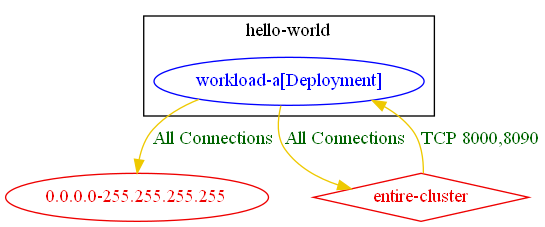
Earlier version of the Graphviz export test_outputs/connlist/exposure_test_ingress_from_entire_cluster_with_named_ports_connlist_output.dot.png (np-guard/netpol-analyzer). Its source is kept beside it as test_outputs/connlist/exposure_test_ingress_from_entire_cluster_with_named_ports_connlist_output.dot. The source it was exported from:
```dot
digraph {
	subgraph "cluster_hello_world" {
		color="black"
		fontcolor="black"
		"hello-world/workload-a[Deployment]" [label="workload-a[Deployment]" color="blue" fontcolor="blue"]
		label="hello-world"
	}
	"0.0.0.0-255.255.255.255" [label="0.0.0.0-255.255.255.255" color="red2" fontcolor="red2"]
	"entire-cluster" [label="entire-cluster" color="red2" fontcolor="red2" shape=diamond]
	"entire-cluster" -> "hello-world/workload-a[Deployment]" [label="TCP 8000,8090" color="gold2" fontcolor="darkgreen"]
	"hello-world/workload-a[Deployment]" -> "0.0.0.0-255.255.255.255" [label="All Connections" color="gold2" fontcolor="darkgreen"]
	"hello-world/workload-a[Deployment]" -> "entire-cluster" [label="All Connections" color="gold2" fontcolor="darkgreen"]
}
```
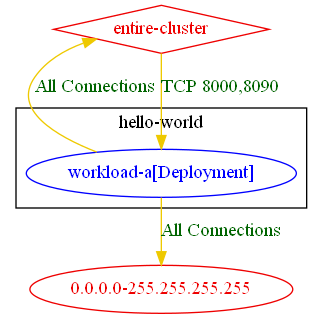
After the change.

Diff of the diagram source:
```diff
@@ -7,7 +7,7 @@
 	}
 	"0.0.0.0-255.255.255.255" [label="0.0.0.0-255.255.255.255" color="red2" fontcolor="red2"]
 	"entire-cluster" [label="entire-cluster" color="red2" fontcolor="red2" shape=diamond]
-	"entire-cluster" -> "hello-world/workload-a[Deployment]" [label="TCP 8000,8090" color="gold2" fontcolor="darkgreen"]
+	"entire-cluster" -> "hello-world/workload-a[Deployment]" [label="TCP 8000,8090" color="gold2" fontcolor="darkgreen" weight=1]
 	"hello-world/workload-a[Deployment]" -> "0.0.0.0-255.255.255.255" [label="All Connections" color="gold2" fontcolor="darkgreen"]
-	"hello-world/workload-a[Deployment]" -> "entire-cluster" [label="All Connections" color="gold2" fontcolor="darkgreen"]
+	"hello-world/workload-a[Deployment]" -> "entire-cluster" [label="All Connections" color="gold2" fontcolor="darkgreen" weight=0.5]
 }
```
